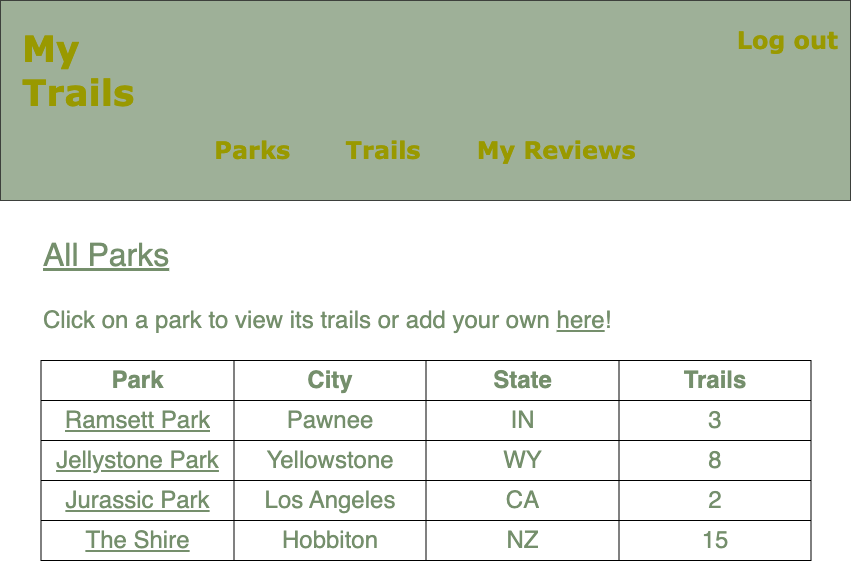
Before: wireframes/park.png, a diagram exported from draw.io (caitlinfcorrigan/MyTrails). Source tidied: cells renumbered, new cells last; positions are measured from the earlier drawing's top-left corner, leaving out a move shared by most shapes.
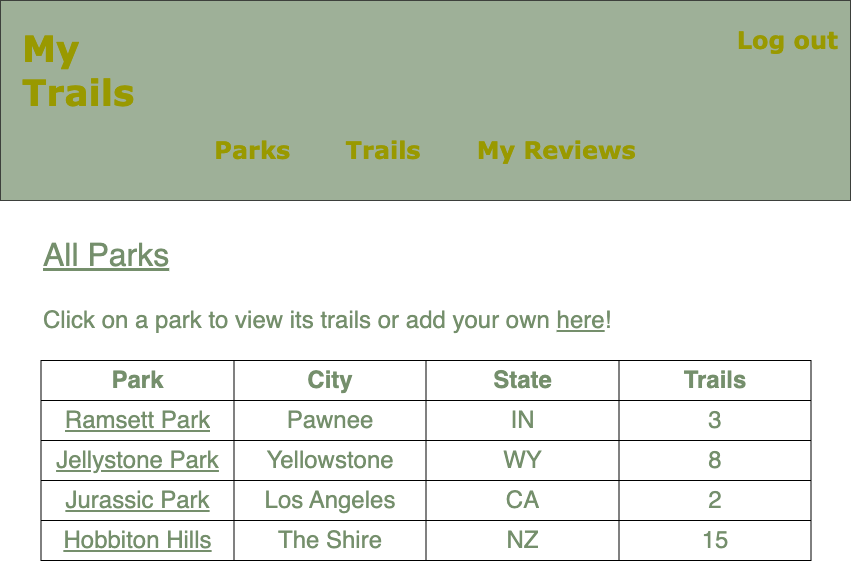
Later version of the same file.

Commit message:
updates parks wireframe

Change to the diagram source:
```diff
@@ -83,10 +83,10 @@
     <mxCell id="28" style="shape=tableRow;horizontal=0;startSize=0;swimlaneHead=0;swimlaneBody=0;top=0;left=0;bottom=0;right=0;fillColor=none;fontSize=24;fontColor=#758F6C;" parent="7" vertex="1">
       <mxGeometry y="160" width="770" height="40" as="geometry" />
     </mxCell>
-    <mxCell id="29" value="The Shire" style="shape=partialRectangle;html=1;whiteSpace=wrap;overflow=hidden;fillColor=none;top=0;left=0;bottom=0;right=0;fontSize=24;fontColor=#758F6C;fontStyle=4;" parent="28" vertex="1">
+    <mxCell id="29" value="Hobbiton Hills" style="shape=partialRectangle;html=1;whiteSpace=wrap;overflow=hidden;fillColor=none;top=0;left=0;bottom=0;right=0;fontSize=24;fontColor=#758F6C;fontStyle=4;" parent="28" vertex="1">
       <mxGeometry width="193" height="40" as="geometry" />
     </mxCell>
-    <mxCell id="30" value="Hobbiton" style="shape=partialRectangle;html=1;whiteSpace=wrap;overflow=hidden;fillColor=none;top=0;left=0;bottom=0;right=0;fontSize=24;fontColor=#758F6C;" parent="28" vertex="1">
+    <mxCell id="30" value="The Shire" style="shape=partialRectangle;html=1;whiteSpace=wrap;overflow=hidden;fillColor=none;top=0;left=0;bottom=0;right=0;fontSize=24;fontColor=#758F6C;" parent="28" vertex="1">
       <mxGeometry x="193" width="192" height="40" as="geometry" />
     </mxCell>
     <mxCell id="31" value="NZ" style="shape=partialRectangle;html=1;whiteSpace=wrap;overflow=hidden;fillColor=none;top=0;left=0;bottom=0;right=0;fontSize=24;fontColor=#758F6C;" parent="28" vertex="1">
```
